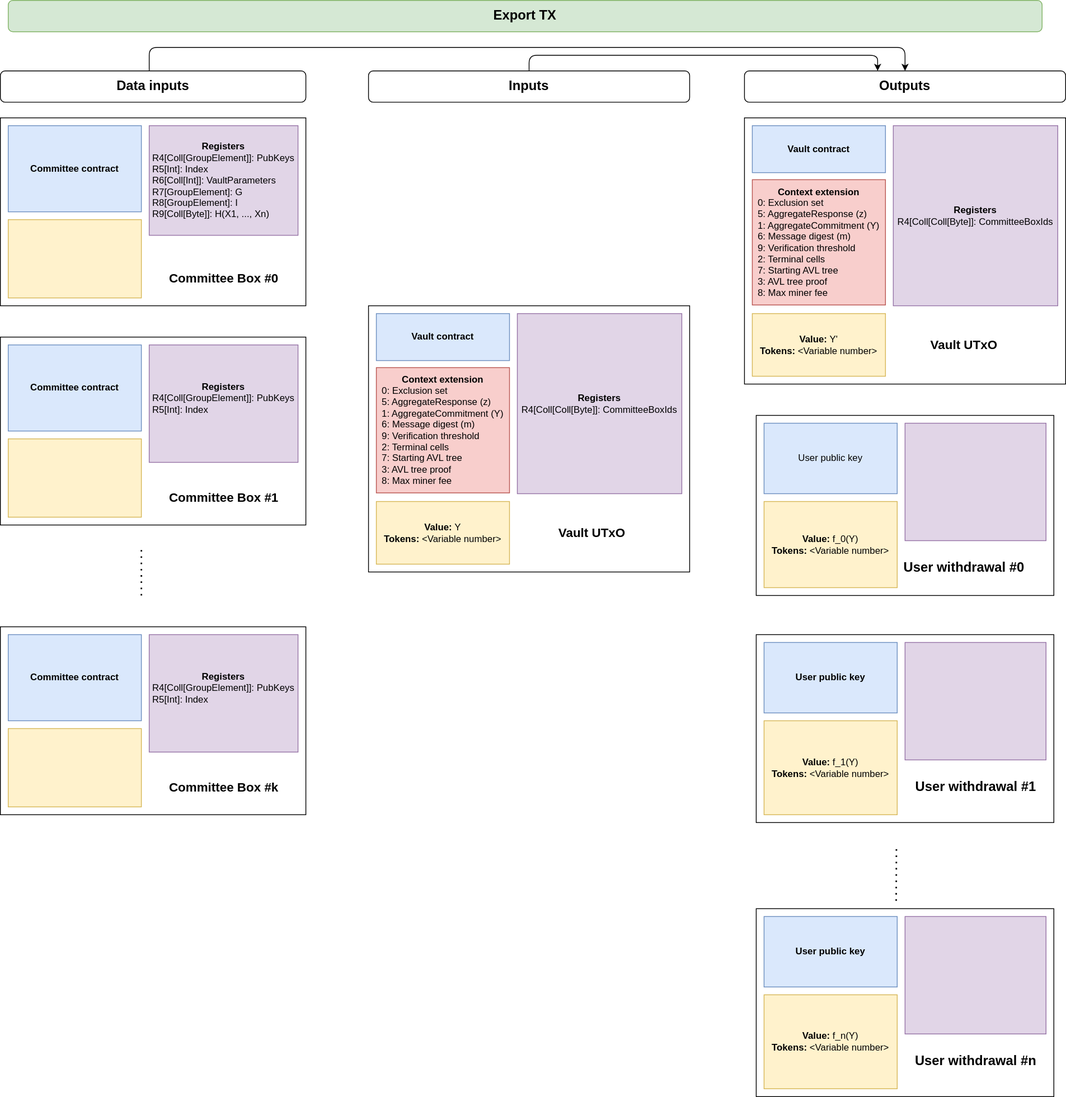
This is docs/assets/SpectrumNetworkErgoVault.svg from spectrum-finance/spectrum, a draw.io export, as it was before one commit. Source tidied: cells renumbered, new cells last; positions are measured from the earlier drawing's top-left corner, leaving out a move shared by most shapes.
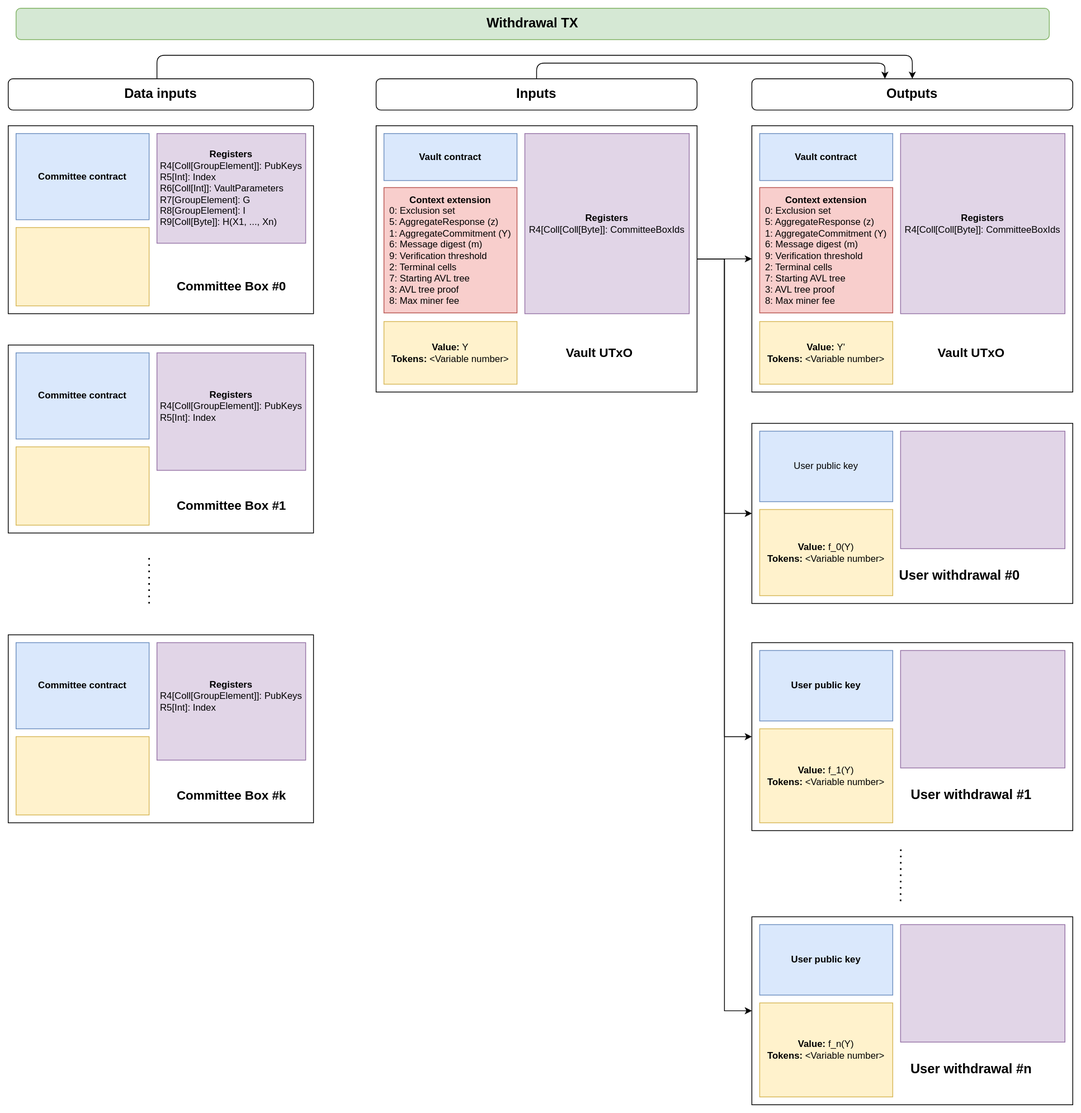
After the commit.

Commit message:
Add diagram for deposit contract + tidy up docs

What changed in the source:
```diff
@@ -39,76 +39,88 @@
       <mxGeometry y="90" width="390" height="40" as="geometry" />
     </mxCell>
     <mxCell id="13" style="rounded=0;whiteSpace=wrap;html=1;" parent="1" vertex="1">
-      <mxGeometry x="965" y="530" width="380" height="230" as="geometry" />
+      <mxGeometry x="950" y="530" width="410" height="230" as="geometry" />
     </mxCell>
     <mxCell id="14" value="&lt;b&gt;User withdrawal #0&lt;/b&gt;" style="text;html=1;align=center;verticalAlign=middle;strokeColor=none;fillColor=none;fontSize=17;" parent="1" vertex="1">
-      <mxGeometry x="1140" y="710" width="180" height="30" as="geometry" />
+      <mxGeometry x="1125" y="710" width="180" height="30" as="geometry" />
     </mxCell>
     <mxCell id="15" value="&lt;b&gt;Value:&lt;/b&gt; f_0(Y)&lt;br&gt;&lt;b&gt;Tokens:&lt;/b&gt; &amp;lt;Variable number&amp;gt;" style="rounded=0;whiteSpace=wrap;html=1;fillColor=#fff2cc;strokeColor=#d6b656;align=center;" parent="1" vertex="1">
-      <mxGeometry x="975" y="640" width="170" height="110" as="geometry" />
+      <mxGeometry x="960" y="640" width="170" height="110" as="geometry" />
     </mxCell>
     <mxCell id="16" value="&lt;font style=&quot;font-size: 17px;&quot;&gt;&lt;b&gt;Outputs&lt;/b&gt;&lt;/font&gt;" style="rounded=1;whiteSpace=wrap;html=1;" parent="1" vertex="1">
       <mxGeometry x="950" y="90" width="410" height="40" as="geometry" />
     </mxCell>
     <mxCell id="17" style="rounded=0;whiteSpace=wrap;html=1;" parent="1" vertex="1">
-      <mxGeometry x="965" y="810" width="380" height="240" as="geometry" />
+      <mxGeometry x="950" y="810" width="410" height="240" as="geometry" />
     </mxCell>
     <mxCell id="18" value="&lt;b&gt;User withdrawal #1&lt;/b&gt;" style="text;html=1;align=center;verticalAlign=middle;strokeColor=none;fillColor=none;fontSize=17;" parent="1" vertex="1">
-      <mxGeometry x="1155" y="990" width="180" height="30" as="geometry" />
+      <mxGeometry x="1140" y="990" width="180" height="30" as="geometry" />
     </mxCell>
     <mxCell id="19" value="&lt;b&gt;Value:&lt;/b&gt; f_1(Y)&lt;br&gt;&lt;b&gt;Tokens:&lt;/b&gt; &amp;lt;Variable number&amp;gt;" style="rounded=0;whiteSpace=wrap;html=1;fillColor=#fff2cc;strokeColor=#d6b656;align=center;" parent="1" vertex="1">
-      <mxGeometry x="975" y="920" width="170" height="120" as="geometry" />
+      <mxGeometry x="960" y="920" width="170" height="120" as="geometry" />
     </mxCell>
     <mxCell id="20" style="endArrow=none;dashed=1;html=1;dashPattern=1 3;strokeWidth=2;rounded=0;" parent="1" edge="1">
       <mxGeometry relative="1" as="geometry">
-        <mxPoint x="1143.7" y="1150" as="sourcePoint" />
-        <mxPoint x="1144" y="1080" as="targetPoint" />
+        <mxPoint x="1140" y="1140" as="sourcePoint" />
+        <mxPoint x="1140.3" y="1070" as="targetPoint" />
       </mxGeometry>
     </mxCell>
     <mxCell id="21" style="rounded=0;whiteSpace=wrap;html=1;" parent="1" vertex="1">
-      <mxGeometry x="965" y="1160" width="380" height="240" as="geometry" />
+      <mxGeometry x="950" y="1160" width="410" height="240" as="geometry" />
     </mxCell>
     <mxCell id="22" value="&lt;b&gt;User withdrawal #n&lt;/b&gt;" style="text;html=1;align=center;verticalAlign=middle;strokeColor=none;fillColor=none;fontSize=17;" parent="1" vertex="1">
-      <mxGeometry x="1155" y="1340" width="180" height="30" as="geometry" />
+      <mxGeometry x="1140" y="1340" width="180" height="30" as="geometry" />
     </mxCell>
     <mxCell id="23" value="&lt;b&gt;Value:&lt;/b&gt; f_n(Y)&lt;br&gt;&lt;b&gt;Tokens:&lt;/b&gt; &amp;lt;Variable number&amp;gt;" style="rounded=0;whiteSpace=wrap;html=1;fillColor=#fff2cc;strokeColor=#d6b656;align=center;" parent="1" vertex="1">
-      <mxGeometry x="975" y="1270" width="170" height="120" as="geometry" />
+      <mxGeometry x="960" y="1270" width="170" height="120" as="geometry" />
     </mxCell>
+    <mxCell id="52" style="edgeStyle=orthogonalEdgeStyle;rounded=0;jettySize=auto;html=1;exitX=1;exitY=0.5;exitDx=0;exitDy=0;entryX=0;entryY=0.5;entryDx=0;entryDy=0;" parent="1" edge="1" source="24" target="39">
+      <mxGeometry relative="1" as="geometry" />
+    </mxCell>
+    <mxCell id="53" style="edgeStyle=orthogonalEdgeStyle;rounded=0;jettySize=auto;html=1;exitX=1;exitY=0.5;exitDx=0;exitDy=0;entryX=0;entryY=0.5;entryDx=0;entryDy=0;" parent="1" edge="1" source="24" target="13">
+      <mxGeometry relative="1" as="geometry" />
+    </mxCell>
+    <mxCell id="54" style="edgeStyle=orthogonalEdgeStyle;rounded=0;jettySize=auto;html=1;exitX=1;exitY=0.5;exitDx=0;exitDy=0;entryX=0;entryY=0.5;entryDx=0;entryDy=0;" parent="1" edge="1" source="24" target="17">
+      <mxGeometry relative="1" as="geometry" />
+    </mxCell>
+    <mxCell id="55" style="edgeStyle=orthogonalEdgeStyle;rounded=0;jettySize=auto;html=1;exitX=1;exitY=0.5;exitDx=0;exitDy=0;entryX=0;entryY=0.5;entryDx=0;entryDy=0;" parent="1" edge="1" source="24" target="21">
+      <mxGeometry relative="1" as="geometry" />
+    </mxCell>
     <mxCell id="24" style="rounded=0;whiteSpace=wrap;html=1;" parent="1" vertex="1">
-      <mxGeometry x="470" y="390" width="410" height="340" as="geometry" />
+      <mxGeometry x="470" y="150" width="410" height="340" as="geometry" />
     </mxCell>
     <mxCell id="25" value="&lt;b&gt;Context extension&lt;/b&gt;&lt;br&gt;&lt;div style=&quot;text-align: left;&quot;&gt;&lt;span style=&quot;background-color: initial;&quot;&gt;0: Exclusion set&lt;/span&gt;&lt;/div&gt;&lt;div style=&quot;text-align: left;&quot;&gt;&lt;span style=&quot;background-color: initial;&quot;&gt;5: AggregateResponse (z)&lt;/span&gt;&lt;/div&gt;&lt;div style=&quot;text-align: left;&quot;&gt;&lt;span style=&quot;background-color: initial;&quot;&gt;1: AggregateCommitment (Y)&lt;/span&gt;&lt;/div&gt;&lt;div style=&quot;text-align: left;&quot;&gt;&lt;span style=&quot;background-color: initial;&quot;&gt;6: Message digest (m)&lt;/span&gt;&lt;/div&gt;&lt;div style=&quot;text-align: left;&quot;&gt;&lt;span style=&quot;background-color: initial;&quot;&gt;9: Verification threshold&lt;/span&gt;&lt;/div&gt;&lt;div style=&quot;text-align: left;&quot;&gt;&lt;span style=&quot;background-color: initial;&quot;&gt;2: Terminal cells&lt;/span&gt;&lt;/div&gt;&lt;div style=&quot;text-align: left;&quot;&gt;&lt;span style=&quot;background-color: initial;&quot;&gt;7: Starting AVL tree&lt;/span&gt;&lt;/div&gt;&lt;div style=&quot;text-align: left;&quot;&gt;&lt;span style=&quot;background-color: initial;&quot;&gt;3: AVL tree proof&lt;/span&gt;&lt;/div&gt;&lt;div style=&quot;text-align: left;&quot;&gt;&lt;span style=&quot;background-color: initial;&quot;&gt;8: Max miner fee&lt;/span&gt;&lt;/div&gt;" style="rounded=0;whiteSpace=wrap;html=1;fillColor=#f8cecc;strokeColor=#b85450;" parent="1" vertex="1">
-      <mxGeometry x="480" y="469" width="170" height="160" as="geometry" />
+      <mxGeometry x="480" y="229" width="170" height="160" as="geometry" />
     </mxCell>
     <mxCell id="26" value="&lt;b&gt;Value:&lt;/b&gt;&amp;nbsp;Y&lt;br&gt;&lt;b&gt;Tokens:&lt;/b&gt; &amp;lt;Variable number&amp;gt;" style="rounded=0;whiteSpace=wrap;html=1;fillColor=#fff2cc;strokeColor=#d6b656;align=center;" parent="1" vertex="1">
-      <mxGeometry x="480" y="640" width="170" height="80" as="geometry" />
+      <mxGeometry x="480" y="400" width="170" height="80" as="geometry" />
     </mxCell>
     <mxCell id="27" value="&lt;b&gt;Registers&lt;/b&gt;&lt;br&gt;&lt;div style=&quot;text-align: left;&quot;&gt;&lt;span style=&quot;background-color: initial;&quot;&gt;R4[Coll[Coll[Byte]]: CommitteeBoxIds&lt;/span&gt;&lt;/div&gt;" style="rounded=0;whiteSpace=wrap;html=1;fillColor=#e1d5e7;strokeColor=#9673a6;" parent="1" vertex="1">
-      <mxGeometry x="660" y="400" width="210" height="230" as="geometry" />
+      <mxGeometry x="660" y="160" width="210" height="230" as="geometry" />
     </mxCell>
     <mxCell id="28" value="&lt;b&gt;Vault contract&lt;/b&gt;" style="rounded=0;whiteSpace=wrap;html=1;fillColor=#dae8fc;strokeColor=#6c8ebf;" parent="1" vertex="1">
-      <mxGeometry x="480" y="400" width="170" height="60" as="geometry" />
+      <mxGeometry x="480" y="160" width="170" height="60" as="geometry" />
     </mxCell>
     <mxCell id="29" value="&lt;b&gt;Vault UTxO&lt;/b&gt;" style="text;html=1;align=center;verticalAlign=middle;strokeColor=none;fillColor=none;fontSize=16;" parent="1" vertex="1">
-      <mxGeometry x="700" y="665" width="110" height="30" as="geometry" />
+      <mxGeometry x="700" y="425" width="110" height="30" as="geometry" />
     </mxCell>
     <mxCell id="30" value="&lt;b&gt;User public key&lt;/b&gt;" style="rounded=0;whiteSpace=wrap;html=1;fillColor=#dae8fc;strokeColor=#6c8ebf;" parent="1" vertex="1">
-      <mxGeometry x="975" y="1170" width="170" height="90" as="geometry" />
+      <mxGeometry x="960" y="1170" width="170" height="90" as="geometry" />
     </mxCell>
     <mxCell id="31" style="rounded=0;whiteSpace=wrap;html=1;fillColor=#e1d5e7;strokeColor=#9673a6;" parent="1" vertex="1">
-      <mxGeometry x="1155" y="1170" width="180" height="150" as="geometry" />
+      <mxGeometry x="1140" y="1170" width="210" height="150" as="geometry" />
     </mxCell>
     <mxCell id="32" style="rounded=0;whiteSpace=wrap;html=1;fillColor=#e1d5e7;strokeColor=#9673a6;" parent="1" vertex="1">
-      <mxGeometry x="1155" y="820" width="180" height="150" as="geometry" />
+      <mxGeometry x="1140" y="820" width="210" height="150" as="geometry" />
     </mxCell>
     <mxCell id="33" value="&lt;b&gt;User public key&lt;/b&gt;" style="rounded=0;whiteSpace=wrap;html=1;fillColor=#dae8fc;strokeColor=#6c8ebf;" parent="1" vertex="1">
-      <mxGeometry x="975" y="820" width="170" height="90" as="geometry" />
+      <mxGeometry x="960" y="820" width="170" height="90" as="geometry" />
     </mxCell>
     <mxCell id="34" value="User public key" style="rounded=0;whiteSpace=wrap;html=1;fillColor=#dae8fc;strokeColor=#6c8ebf;" parent="1" vertex="1">
-      <mxGeometry x="975" y="540" width="170" height="90" as="geometry" />
+      <mxGeometry x="960" y="540" width="170" height="90" as="geometry" />
     </mxCell>
     <mxCell id="35" style="rounded=0;whiteSpace=wrap;html=1;fillColor=#e1d5e7;strokeColor=#9673a6;" parent="1" vertex="1">
-      <mxGeometry x="1155" y="540" width="180" height="150" as="geometry" />
+      <mxGeometry x="1140" y="540" width="210" height="150" as="geometry" />
     </mxCell>
     <mxCell id="36" value="&lt;font style=&quot;font-size: 17px;&quot;&gt;&lt;b&gt;Inputs&lt;/b&gt;&lt;/font&gt;" style="rounded=1;whiteSpace=wrap;html=1;" parent="1" vertex="1">
       <mxGeometry x="470" y="90" width="410" height="40" as="geometry" />
@@ -164,7 +176,7 @@
     <mxCell id="49" style="rounded=0;whiteSpace=wrap;html=1;fillColor=#fff2cc;strokeColor=#d6b656;" parent="1" vertex="1">
       <mxGeometry x="10" y="280" width="170" height="100" as="geometry" />
     </mxCell>
-    <mxCell id="50" value="&lt;span style=&quot;font-size: 17px;&quot;&gt;&lt;b&gt;Export TX&lt;/b&gt;&lt;/span&gt;" style="rounded=1;whiteSpace=wrap;html=1;fillColor=#d5e8d4;strokeColor=#82b366;" parent="1" vertex="1">
+    <mxCell id="50" value="&lt;span style=&quot;font-size: 17px;&quot;&gt;&lt;b&gt;Withdrawal TX&lt;/b&gt;&lt;/span&gt;" style="rounded=1;whiteSpace=wrap;html=1;fillColor=#d5e8d4;strokeColor=#82b366;" parent="1" vertex="1">
       <mxGeometry x="10" width="1320" height="40" as="geometry" />
     </mxCell>
     <mxCell id="51" value="&lt;b&gt;Registers&lt;/b&gt;&lt;br&gt;&lt;div style=&quot;text-align: left;&quot;&gt;&lt;span style=&quot;background-color: initial;&quot;&gt;R4[Coll[Coll[Byte]]: CommitteeBoxIds&lt;/span&gt;&lt;/div&gt;" style="rounded=0;whiteSpace=wrap;html=1;fillColor=#e1d5e7;strokeColor=#9673a6;" parent="1" vertex="1">
```
